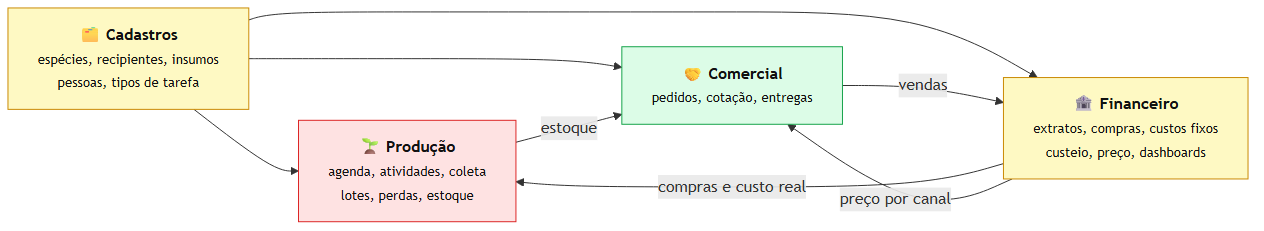
JoaoMudar/mudar keeps this Mermaid diagram as docs/rotinas/img/mapa-4-areas.png. Above is the earlier version. Its source is kept beside it as docs/rotinas/img/mapa-4-areas.mmd.
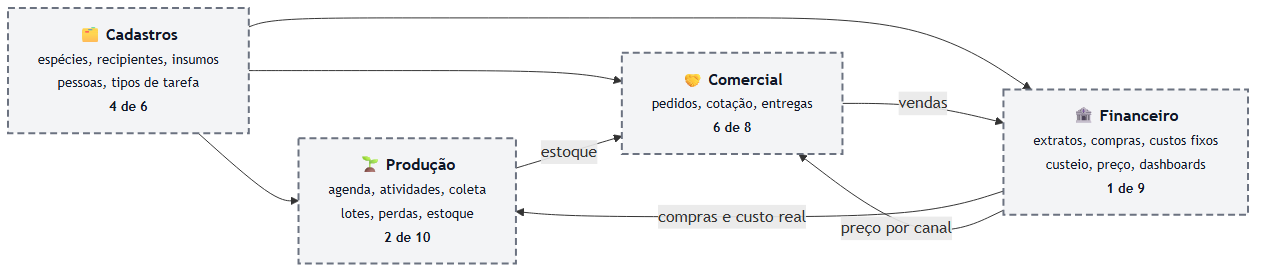
After the commit.

What changed in the source:
```diff
@@ -1,8 +1,8 @@
 flowchart LR
-  C["🗂️ <b>Cadastros</b><br/><small>espécies, recipientes, insumos<br/>pessoas, tipos de tarefa</small>"]
-  R["🌱 <b>Produção</b><br/><small>agenda, atividades, coleta<br/>lotes, perdas, estoque</small>"]
-  P["🤝 <b>Comercial</b><br/><small>pedidos, cotação, entregas</small>"]
-  F["🏦 <b>Financeiro</b><br/><small>extratos, compras, custos fixos<br/>custeio, preço, dashboards</small>"]
+  C["🗂️ <b>Cadastros</b><br/><small>espécies, recipientes, insumos<br/>pessoas, tipos de tarefa<br/><b>4 de 6</b></small>"]
+  R["🌱 <b>Produção</b><br/><small>agenda, atividades, coleta<br/>lotes, perdas, estoque<br/><b>2 de 10</b></small>"]
+  P["🤝 <b>Comercial</b><br/><small>pedidos, cotação, entregas<br/><b>6 de 8</b></small>"]
+  F["🏦 <b>Financeiro</b><br/><small>extratos, compras, custos fixos<br/>custeio, preço, dashboards<br/><b>1 de 9</b></small>"]
 
   C --> R
   C --> P
@@ -12,9 +12,11 @@
   F -->|"compras e custo real"| R
   F -->|"preço por canal"| P
 
-  classDef ok fill:#dcfce7,stroke:#16a34a,color:#111
-  classDef meio fill:#fef9c3,stroke:#ca8a04,color:#111
-  classDef falta fill:#fee2e2,stroke:#dc2626,color:#111
-  class P ok
-  class C,F meio
-  class R falta
+  classDef ok fill:#dcfce7,stroke:#16a34a,stroke-width:2px,color:#111
+  classDef meio fill:#fef3c7,stroke:#d97706,stroke-width:2px,color:#111
+  classDef falta fill:#fee2e2,stroke:#dc2626,stroke-width:2px,color:#111
+  classDef grupo fill:#f8fafc,stroke:#cbd5e1,stroke-width:1px,color:#334155
+  classDef ator fill:#374151,stroke:#111827,stroke-width:2px,color:#f9fafb
+  classDef decisao fill:#e2e8f0,stroke:#475569,stroke-width:2px,color:#111
+
+  class C,R,P,F meio
```
